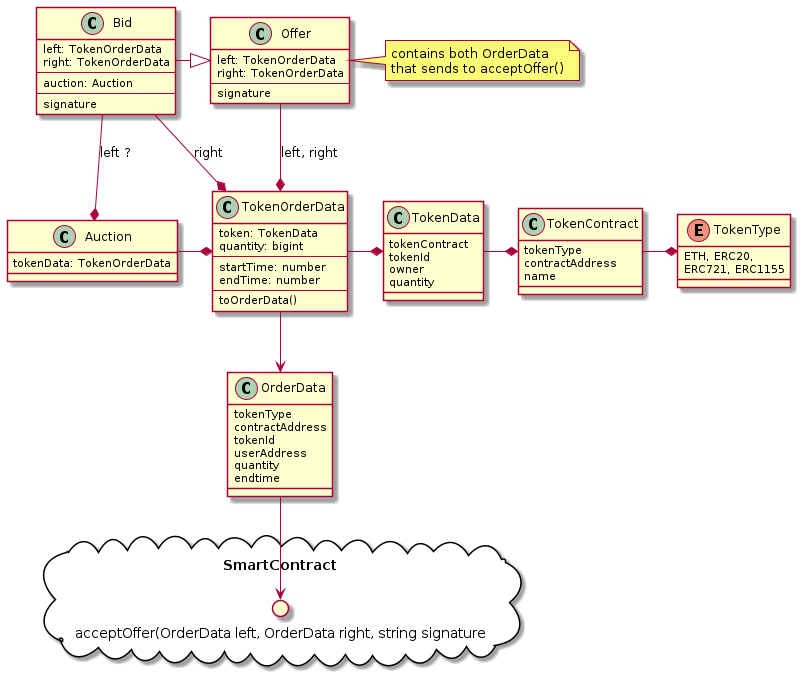
Before: docs/output/classes.png, a diagram exported from PlantUML (inc4/inc4-marketplace). Its diagram source:
```plantuml
@startuml


enum TokenType {
    ETH, ERC20,
    ERC721, ERC1155
}

class TokenContract {
    tokenType
    contractAddress
    name
}

class TokenData {
    tokenContract
    tokenId
    owner
    quantity
}


class TokenOrderData {
    token: TokenData
    quantity: bigint
    --
    startTime: number
    endTime: number
    --
    toOrderData()
}


TokenOrderData --> OrderData

TokenOrderData -* TokenData
TokenData -* TokenContract
TokenContract -* TokenType


class Offer {
    left: TokenOrderData
    right: TokenOrderData
    --
    signature
}

note right
contains both OrderData
that sends to acceptOffer()
endnote

class Bid {
    left: TokenOrderData
    right: TokenOrderData
    --
    auction: Auction
    --
    signature
}


class Auction {
    tokenData: TokenOrderData
}


Bid --* Auction : left ?
Bid --* TokenOrderData : right

Offer --* TokenOrderData : left, right

Bid -|> Offer
Auction -* TokenOrderData

class OrderData {
    tokenType
    contractAddress
    tokenId
    userAddress
    quantity
    endtime
}


package SmartContract <<Cloud>> {
circle "acceptOffer(OrderData left, OrderData right, string signature" as acceptOffer
OrderData --> acceptOffer
}

@enduml
```
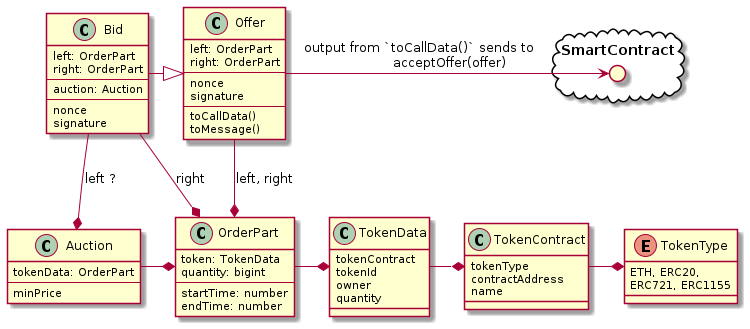
The same file after the commit.

Diff of the diagram source:
```diff
@@ -20,72 +20,63 @@
 }
 
 
-class TokenOrderData {
+class OrderPart {
     token: TokenData
     quantity: bigint
     --
     startTime: number
     endTime: number
-    --
-    toOrderData()
 }
 
 
-TokenOrderData --> OrderData
 
-TokenOrderData -* TokenData
+OrderPart -* TokenData
 TokenData -* TokenContract
 TokenContract -* TokenType
 
 
 class Offer {
-    left: TokenOrderData
-    right: TokenOrderData
+    left: OrderPart
+    right: OrderPart
     --
+    nonce
     signature
+    --
+    toCallData()
+    toMessage()
 }
 
-note right
-contains both OrderData
-that sends to acceptOffer()
-endnote
+
 
 class Bid {
-    left: TokenOrderData
-    right: TokenOrderData
+    left: OrderPart
+    right: OrderPart
     --
     auction: Auction
     --
+    nonce
     signature
 }
 
 
 class Auction {
-    tokenData: TokenOrderData
+    tokenData: OrderPart
+    --
+    minPrice
 }
 
 
 Bid --* Auction : left ?
-Bid --* TokenOrderData : right
+Bid --* OrderPart : right
 
-Offer --* TokenOrderData : left, right
+Offer --* OrderPart : left, right
 
 Bid -|> Offer
-Auction -* TokenOrderData
+Auction -* OrderPart
 
-class OrderData {
-    tokenType
-    contractAddress
-    tokenId
-    userAddress
-    quantity
-    endtime
-}
-
-
-package SmartContract <<Cloud>> {
-circle "acceptOffer(OrderData left, OrderData right, string signature" as acceptOffer
-OrderData --> acceptOffer
+package "SmartContract" <<Cloud>> {
+circle " " as acceptOffer
+Offer -> acceptOffer: "output from `toCallData()` sends to              \n acceptOffer(offer)"
 }
 
 @enduml
```
